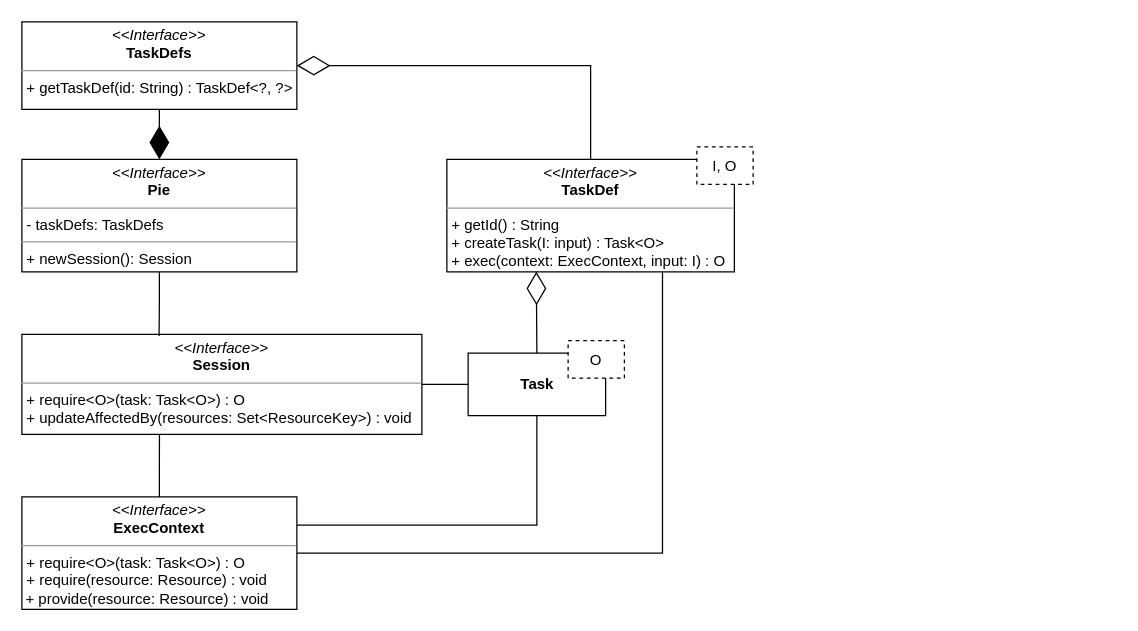
Above: page "PIE-UML" (13 of 16) of Spoofax3 Diagrams.drawio in AZWN/Spoofax-pie-diagrams (draw.io), before the change. Source tidied: cells renumbered, new cells numbered last; positions are measured from the earlier drawing's top-left corner, leaving out a move shared by most shapes. Both pictures are drawn from the tidied source at 125%, with x=0, y=0 at pixel (21, 21).
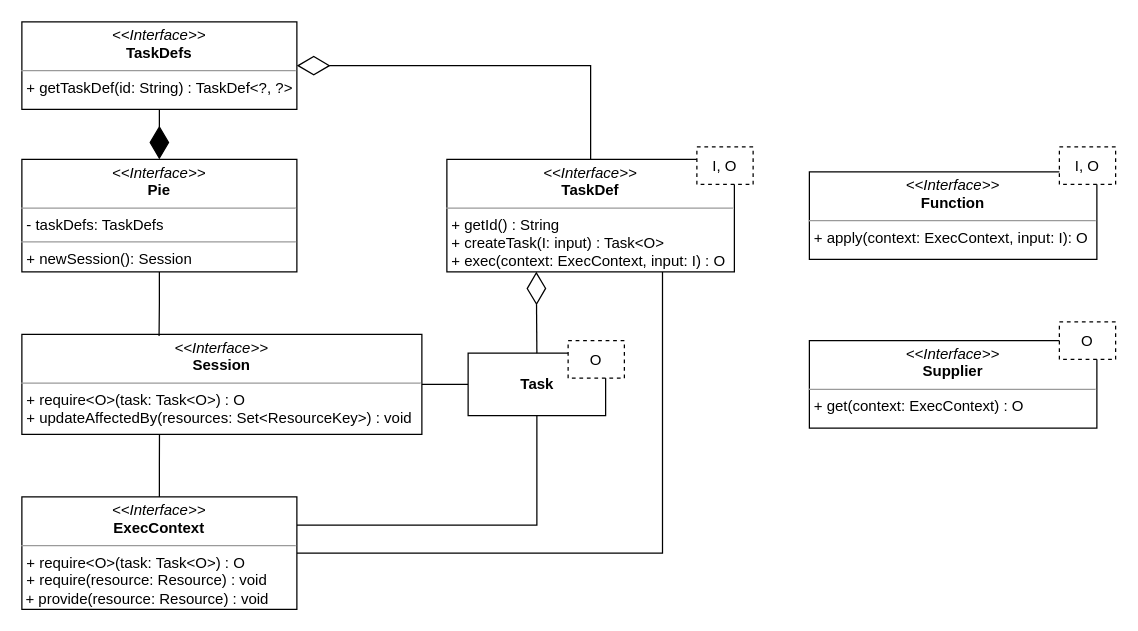
After the change.

Diff of the diagram source:
```diff
@@
+    <mxCell id="18" value="&lt;p style=&quot;margin: 0px ; margin-top: 4px ; text-align: center&quot;&gt;&lt;i&gt;&amp;lt;&amp;lt;Interface&amp;gt;&amp;gt;&lt;/i&gt;&lt;br&gt;&lt;b&gt;Supplier&lt;/b&gt;&lt;/p&gt;&lt;hr size=&quot;1&quot;&gt;&lt;p style=&quot;margin: 0px ; margin-left: 4px&quot;&gt;&lt;/p&gt;&lt;p style=&quot;margin: 0px ; margin-left: 4px&quot;&gt;+ get(context: ExecContext) : O&lt;br&gt;&lt;/p&gt;" style="verticalAlign=top;align=left;overflow=fill;fontSize=12;fontFamily=Helvetica;html=1;" parent="1" vertex="1">
+      <mxGeometry x="630" y="255" width="230" height="70" as="geometry" />
+    </mxCell>
+    <mxCell id="19" value="O" style="fontStyle=0;dashed=1;" parent="1" vertex="1">
+      <mxGeometry x="830" y="240" width="45" height="30" as="geometry" />
+    </mxCell>
+    <mxCell id="20" value="&lt;p style=&quot;margin: 0px ; margin-top: 4px ; text-align: center&quot;&gt;&lt;i&gt;&amp;lt;&amp;lt;Interface&amp;gt;&amp;gt;&lt;/i&gt;&lt;br&gt;&lt;b&gt;Function&lt;/b&gt;&lt;br&gt;&lt;/p&gt;&lt;hr size=&quot;1&quot;&gt;&lt;p style=&quot;margin: 0px ; margin-left: 4px&quot;&gt;&lt;/p&gt;&lt;p style=&quot;margin: 0px ; margin-left: 4px&quot;&gt;+ apply(context: ExecContext, input: I): O&lt;br&gt;&lt;/p&gt;" style="verticalAlign=top;align=left;overflow=fill;fontSize=12;fontFamily=Helvetica;html=1;" parent="1" vertex="1">
+      <mxGeometry x="630" y="120" width="230" height="70" as="geometry" />
+    </mxCell>
+    <mxCell id="21" value="I, O" style="fontStyle=0;dashed=1;" parent="1" vertex="1">
+      <mxGeometry x="830" y="100" width="45" height="30" as="geometry" />
+    </mxCell>
```
